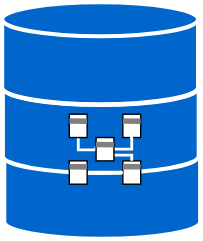
This is doc-db/db-sql2.svg from cloudvista/precision-ai, a draw.io export, as it was before one commit. Source tidied: cells renumbered, new cells last; positions are measured from the earlier drawing's top-left corner, leaving out a move shared by most shapes. The source it was exported from:
```xml
<mxGraphModel>
  <root>
    <mxCell id="0" />
    <mxCell id="1" parent="0" />
    <mxCell id="2" style="strokeWidth=3;html=1;shape=mxgraph.flowchart.database;whiteSpace=wrap;fillColor=#0066CC;strokeColor=#FFFFFF;" parent="1" vertex="1">
      <mxGeometry x="1.5" y="96" width="140" height="73" as="geometry" />
    </mxCell>
    <mxCell id="3" style="strokeWidth=3;html=1;shape=mxgraph.flowchart.database;whiteSpace=wrap;fillColor=#0066CC;strokeColor=#FFFFFF;" parent="1" vertex="1">
      <mxGeometry x="0.5" y="49" width="140" height="73" as="geometry" />
    </mxCell>
    <mxCell id="4" style="strokeWidth=3;html=1;shape=mxgraph.flowchart.database;whiteSpace=wrap;fillColor=#0066CC;strokeColor=#FFFFFF;" parent="1" vertex="1">
      <mxGeometry width="140" height="73" as="geometry" />
    </mxCell>
    <mxCell id="5" style="group;" parent="1" vertex="1">
      <mxGeometry x="48" y="80" width="51" height="50" as="geometry" />
    </mxCell>
    <mxCell id="6" style="edgeStyle=orthogonalEdgeStyle;rounded=0;html=1;exitX=0.5;exitY=1;exitDx=0;exitDy=0;entryX=0;entryY=0.5;entryDx=0;entryDy=0;strokeColor=#FFFFFF;strokeWidth=2;endArrow=none;endFill=0;" parent="5" edge="1">
      <mxGeometry relative="1" as="geometry">
        <mxPoint x="6.4" y="14.5" as="sourcePoint" />
        <mxPoint x="19.1" y="22.9" as="targetPoint" />
        <Array as="points">
          <mxPoint x="6" y="25.5" />
          <mxPoint x="19" y="25.5" />
        </Array>
      </mxGeometry>
    </mxCell>
    <mxCell id="7" style="rounded=0;whiteSpace=wrap;html=1;" parent="5" vertex="1">
      <mxGeometry width="12.8" height="16.7" as="geometry" />
    </mxCell>
    <mxCell id="8" style="rounded=0;whiteSpace=wrap;html=1;" parent="5" vertex="1">
      <mxGeometry x="38.2" width="12.8" height="16.7" as="geometry" />
    </mxCell>
    <mxCell id="9" style="edgeStyle=orthogonalEdgeStyle;rounded=0;html=1;exitX=1;exitY=0.5;exitDx=0;exitDy=0;entryX=0.403;entryY=1;entryDx=0;entryDy=0;strokeColor=#FFFFFF;endArrow=none;endFill=0;entryPerimeter=0;strokeWidth=2;" parent="5" edge="1" source="18" target="8">
      <mxGeometry relative="1" as="geometry">
        <Array as="points">
          <mxPoint x="44.6" y="25" />
          <mxPoint x="44.6" y="16.7" />
        </Array>
      </mxGeometry>
    </mxCell>
    <mxCell id="10" style="rounded=0;whiteSpace=wrap;html=1;" parent="5" vertex="1">
      <mxGeometry x="38.2" y="33.3" width="12.8" height="16.7" as="geometry" />
    </mxCell>
    <mxCell id="11" style="edgeStyle=orthogonalEdgeStyle;rounded=0;html=1;exitX=1;exitY=0.5;exitDx=0;exitDy=0;entryX=0;entryY=0.5;entryDx=0;entryDy=0;strokeColor=#FFFFFF;endArrow=none;endFill=0;strokeWidth=2;" parent="5" edge="1" source="12" target="10">
      <mxGeometry relative="1" as="geometry" />
    </mxCell>
    <mxCell id="12" style="rounded=0;whiteSpace=wrap;html=1;" parent="5" vertex="1">
      <mxGeometry y="33.3" width="12.8" height="16.7" as="geometry" />
    </mxCell>
    <mxCell id="13" style="endArrow=none;html=1;rounded=0;strokeColor=#808080;exitX=1;exitY=0.5;exitDx=0;exitDy=0;strokeWidth=4;" parent="5" edge="1">
      <mxGeometry relative="1" as="geometry">
        <mxPoint x="12.8" y="5" as="sourcePoint" />
        <mxPoint y="4.9" as="targetPoint" />
      </mxGeometry>
    </mxCell>
    <mxCell id="14" style="endArrow=none;html=1;rounded=0;strokeColor=#808080;exitX=1;exitY=0.5;exitDx=0;exitDy=0;strokeWidth=4;" parent="5" edge="1">
      <mxGeometry relative="1" as="geometry">
        <mxPoint x="51" y="5" as="sourcePoint" />
        <mxPoint x="38.2" y="4.9" as="targetPoint" />
      </mxGeometry>
    </mxCell>
    <mxCell id="15" style="endArrow=none;html=1;rounded=0;strokeColor=#808080;exitX=1;exitY=0.5;exitDx=0;exitDy=0;strokeWidth=4;" parent="5" edge="1">
      <mxGeometry relative="1" as="geometry">
        <mxPoint x="51" y="37.5" as="sourcePoint" />
        <mxPoint x="38.2" y="37.4" as="targetPoint" />
      </mxGeometry>
    </mxCell>
    <mxCell id="16" style="endArrow=none;html=1;rounded=0;strokeColor=#808080;exitX=1;exitY=0.5;exitDx=0;exitDy=0;strokeWidth=4;" parent="5" edge="1">
      <mxGeometry relative="1" as="geometry">
        <mxPoint x="12.8" y="37.6" as="sourcePoint" />
        <mxPoint y="37.5" as="targetPoint" />
      </mxGeometry>
    </mxCell>
    <mxCell id="17" style="edgeStyle=orthogonalEdgeStyle;rounded=0;html=1;exitX=1;exitY=0.75;exitDx=0;exitDy=0;strokeColor=#FFFFFF;endArrow=none;endFill=0;entryX=0.5;entryY=0;entryDx=0;entryDy=0;strokeWidth=2;" parent="5" edge="1" source="18" target="10">
      <mxGeometry relative="1" as="geometry">
        <Array as="points">
          <mxPoint x="44.6" y="29.2" />
        </Array>
      </mxGeometry>
    </mxCell>
    <mxCell id="18" style="rounded=0;whiteSpace=wrap;html=1;" parent="5" vertex="1">
      <mxGeometry x="19.1" y="16.7" width="12.8" height="16.7" as="geometry" />
    </mxCell>
    <mxCell id="19" style="endArrow=none;html=1;rounded=0;strokeColor=#808080;exitX=1;exitY=0.5;exitDx=0;exitDy=0;strokeWidth=4;" parent="5" edge="1">
      <mxGeometry relative="1" as="geometry">
        <mxPoint x="31.9" y="21.8" as="sourcePoint" />
        <mxPoint x="19.1" y="21.7" as="targetPoint" />
      </mxGeometry>
    </mxCell>
  </root>
</mxGraphModel>
```
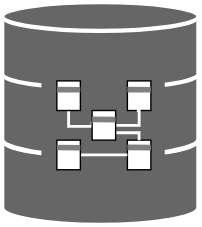
The same file after the commit.

What changed in the source:
```diff
@@ -2,89 +2,92 @@
   <root>
     <mxCell id="0" />
     <mxCell id="1" parent="0" />
+    <mxCell id="3" style="strokeWidth=3;html=1;shape=mxgraph.flowchart.database;whiteSpace=wrap;fillColor=#666666;strokeColor=#FFFFFF;" parent="1" vertex="1">
+      <mxGeometry x="29" y="106" width="140" height="73" as="geometry" />
+    </mxCell>
-    <mxCell id="2" style="strokeWidth=3;html=1;shape=mxgraph.flowchart.database;whiteSpace=wrap;fillColor=#0066CC;strokeColor=#FFFFFF;" parent="1" vertex="1">
-      <mxGeometry x="1.5" y="96" width="140" height="73" as="geometry" />
+    <mxCell id="2" style="strokeWidth=3;html=1;shape=mxgraph.flowchart.database;whiteSpace=wrap;fillColor=#666666;strokeColor=#FFFFFF;" parent="1" vertex="1">
+      <mxGeometry x="29" y="57" width="140" height="73" as="geometry" />
     </mxCell>
-    <mxCell id="3" style="strokeWidth=3;html=1;shape=mxgraph.flowchart.database;whiteSpace=wrap;fillColor=#0066CC;strokeColor=#FFFFFF;" parent="1" vertex="1">
-      <mxGeometry x="0.5" y="49" width="140" height="73" as="geometry" />
-    </mxCell>
-    <mxCell id="4" style="strokeWidth=3;html=1;shape=mxgraph.flowchart.database;whiteSpace=wrap;fillColor=#0066CC;strokeColor=#FFFFFF;" parent="1" vertex="1">
-      <mxGeometry width="140" height="73" as="geometry" />
+    <mxCell id="4" style="strokeWidth=3;html=1;shape=mxgraph.flowchart.database;whiteSpace=wrap;fillColor=#666666;strokeColor=#FFFFFF;" parent="1" vertex="1">
+      <mxGeometry x="29" y="20" width="140" height="61.5" as="geometry" />
     </mxCell>
-    <mxCell id="5" style="group;" parent="1" vertex="1">
-      <mxGeometry x="48" y="80" width="51" height="50" as="geometry" />
-    </mxCell>
+    <mxCell id="20" style="whiteSpace=wrap;html=1;fillColor=#666666;strokeColor=none;" parent="1" vertex="1">
+      <mxGeometry x="57" y="72" width="88" height="74" as="geometry" />
+    </mxCell>
+    <mxCell id="21" style="group;" parent="1" vertex="1">
+      <mxGeometry x="68" y="76.2" width="67.1" height="63.4" as="geometry" />
+    </mxCell>
-    <mxCell id="6" style="edgeStyle=orthogonalEdgeStyle;rounded=0;html=1;exitX=0.5;exitY=1;exitDx=0;exitDy=0;entryX=0;entryY=0.5;entryDx=0;entryDy=0;strokeColor=#FFFFFF;strokeWidth=2;endArrow=none;endFill=0;" parent="5" edge="1">
+    <mxCell id="6" style="edgeStyle=orthogonalEdgeStyle;rounded=0;html=1;exitX=0.5;exitY=1;exitDx=0;exitDy=0;entryX=0;entryY=0.5;entryDx=0;entryDy=0;strokeColor=#FFFFFF;strokeWidth=2;endArrow=none;endFill=0;" parent="21" edge="1">
       <mxGeometry relative="1" as="geometry">
-        <mxPoint x="6.4" y="14.5" as="sourcePoint" />
-        <mxPoint x="19.1" y="22.9" as="targetPoint" />
+        <mxPoint x="8.4" y="18.4" as="sourcePoint" />
+        <mxPoint x="25.2" y="29" as="targetPoint" />
         <Array as="points">
-          <mxPoint x="6" y="25.5" />
-          <mxPoint x="19" y="25.5" />
+          <mxPoint x="7.9" y="32.4" />
+          <mxPoint x="25" y="32.4" />
         </Array>
       </mxGeometry>
     </mxCell>
-    <mxCell id="7" style="rounded=0;whiteSpace=wrap;html=1;" parent="5" vertex="1">
-      <mxGeometry width="12.8" height="16.7" as="geometry" />
+    <mxCell id="7" style="rounded=0;whiteSpace=wrap;html=1;" parent="21" vertex="1">
+      <mxGeometry width="16.8" height="21.1" as="geometry" />
     </mxCell>
-    <mxCell id="8" style="rounded=0;whiteSpace=wrap;html=1;" parent="5" vertex="1">
-      <mxGeometry x="38.2" width="12.8" height="16.7" as="geometry" />
+    <mxCell id="8" style="rounded=0;whiteSpace=wrap;html=1;" parent="21" vertex="1">
+      <mxGeometry x="50.3" width="16.8" height="21.1" as="geometry" />
     </mxCell>
-    <mxCell id="9" style="edgeStyle=orthogonalEdgeStyle;rounded=0;html=1;exitX=1;exitY=0.5;exitDx=0;exitDy=0;entryX=0.403;entryY=1;entryDx=0;entryDy=0;strokeColor=#FFFFFF;endArrow=none;endFill=0;entryPerimeter=0;strokeWidth=2;" parent="5" edge="1" source="18" target="8">
+    <mxCell id="9" style="edgeStyle=orthogonalEdgeStyle;rounded=0;html=1;exitX=1;exitY=0.5;exitDx=0;exitDy=0;entryX=0.403;entryY=1;entryDx=0;entryDy=0;strokeColor=#FFFFFF;endArrow=none;endFill=0;entryPerimeter=0;strokeWidth=2;" parent="21" edge="1" source="18" target="8">
       <mxGeometry relative="1" as="geometry">
         <Array as="points">
-          <mxPoint x="44.6" y="25" />
-          <mxPoint x="44.6" y="16.7" />
+          <mxPoint x="58.7" y="31.7" />
+          <mxPoint x="58.7" y="21.1" />
         </Array>
       </mxGeometry>
     </mxCell>
-    <mxCell id="10" style="rounded=0;whiteSpace=wrap;html=1;" parent="5" vertex="1">
-      <mxGeometry x="38.2" y="33.3" width="12.8" height="16.7" as="geometry" />
+    <mxCell id="10" style="rounded=0;whiteSpace=wrap;html=1;" parent="21" vertex="1">
+      <mxGeometry x="50.3" y="42.3" width="16.8" height="21.1" as="geometry" />
     </mxCell>
-    <mxCell id="11" style="edgeStyle=orthogonalEdgeStyle;rounded=0;html=1;exitX=1;exitY=0.5;exitDx=0;exitDy=0;entryX=0;entryY=0.5;entryDx=0;entryDy=0;strokeColor=#FFFFFF;endArrow=none;endFill=0;strokeWidth=2;" parent="5" edge="1" source="12" target="10">
+    <mxCell id="11" style="edgeStyle=orthogonalEdgeStyle;rounded=0;html=1;exitX=1;exitY=0.5;exitDx=0;exitDy=0;entryX=0;entryY=0.5;entryDx=0;entryDy=0;strokeColor=#FFFFFF;endArrow=none;endFill=0;strokeWidth=2;" parent="21" edge="1" source="12" target="10">
       <mxGeometry relative="1" as="geometry" />
     </mxCell>
-    <mxCell id="12" style="rounded=0;whiteSpace=wrap;html=1;" parent="5" vertex="1">
-      <mxGeometry y="33.3" width="12.8" height="16.7" as="geometry" />
+    <mxCell id="12" style="rounded=0;whiteSpace=wrap;html=1;" parent="21" vertex="1">
+      <mxGeometry y="42.3" width="16.8" height="21.1" as="geometry" />
     </mxCell>
-    <mxCell id="13" style="endArrow=none;html=1;rounded=0;strokeColor=#808080;exitX=1;exitY=0.5;exitDx=0;exitDy=0;strokeWidth=4;" parent="5" edge="1">
+    <mxCell id="13" style="endArrow=none;html=1;rounded=0;strokeColor=#808080;exitX=1;exitY=0.5;exitDx=0;exitDy=0;strokeWidth=4;" parent="21" edge="1">
       <mxGeometry relative="1" as="geometry">
-        <mxPoint x="12.8" y="5" as="sourcePoint" />
-        <mxPoint y="4.9" as="targetPoint" />
+        <mxPoint x="16.8" y="6.3" as="sourcePoint" />
+        <mxPoint y="6.2" as="targetPoint" />
       </mxGeometry>
     </mxCell>
-    <mxCell id="14" style="endArrow=none;html=1;rounded=0;strokeColor=#808080;exitX=1;exitY=0.5;exitDx=0;exitDy=0;strokeWidth=4;" parent="5" edge="1">
+    <mxCell id="14" style="endArrow=none;html=1;rounded=0;strokeColor=#808080;exitX=1;exitY=0.5;exitDx=0;exitDy=0;strokeWidth=4;" parent="21" edge="1">
       <mxGeometry relative="1" as="geometry">
-        <mxPoint x="51" y="5" as="sourcePoint" />
-        <mxPoint x="38.2" y="4.9" as="targetPoint" />
+        <mxPoint x="67.1" y="6.3" as="sourcePoint" />
+        <mxPoint x="50.3" y="6.2" as="targetPoint" />
       </mxGeometry>
     </mxCell>
-    <mxCell id="15" style="endArrow=none;html=1;rounded=0;strokeColor=#808080;exitX=1;exitY=0.5;exitDx=0;exitDy=0;strokeWidth=4;" parent="5" edge="1">
+    <mxCell id="15" style="endArrow=none;html=1;rounded=0;strokeColor=#808080;exitX=1;exitY=0.5;exitDx=0;exitDy=0;strokeWidth=4;" parent="21" edge="1">
       <mxGeometry relative="1" as="geometry">
-        <mxPoint x="51" y="37.5" as="sourcePoint" />
-        <mxPoint x="38.2" y="37.4" as="targetPoint" />
+        <mxPoint x="67.1" y="47.6" as="sourcePoint" />
+        <mxPoint x="50.3" y="47.5" as="targetPoint" />
       </mxGeometry>
     </mxCell>
-    <mxCell id="16" style="endArrow=none;html=1;rounded=0;strokeColor=#808080;exitX=1;exitY=0.5;exitDx=0;exitDy=0;strokeWidth=4;" parent="5" edge="1">
+    <mxCell id="16" style="endArrow=none;html=1;rounded=0;strokeColor=#808080;exitX=1;exitY=0.5;exitDx=0;exitDy=0;strokeWidth=4;" parent="21" edge="1">
       <mxGeometry relative="1" as="geometry">
-        <mxPoint x="12.8" y="37.6" as="sourcePoint" />
-        <mxPoint y="37.5" as="targetPoint" />
+        <mxPoint x="16.8" y="47.7" as="sourcePoint" />
+        <mxPoint y="47.6" as="targetPoint" />
       </mxGeometry>
     </mxCell>
-    <mxCell id="17" style="edgeStyle=orthogonalEdgeStyle;rounded=0;html=1;exitX=1;exitY=0.75;exitDx=0;exitDy=0;strokeColor=#FFFFFF;endArrow=none;endFill=0;entryX=0.5;entryY=0;entryDx=0;entryDy=0;strokeWidth=2;" parent="5" edge="1" source="18" target="10">
+    <mxCell id="17" style="edgeStyle=orthogonalEdgeStyle;rounded=0;html=1;exitX=1;exitY=0.75;exitDx=0;exitDy=0;strokeColor=#FFFFFF;endArrow=none;endFill=0;entryX=0.5;entryY=0;entryDx=0;entryDy=0;strokeWidth=2;" parent="21" edge="1" source="18" target="10">
       <mxGeometry relative="1" as="geometry">
         <Array as="points">
-          <mxPoint x="44.6" y="29.2" />
+          <mxPoint x="58.7" y="37" />
         </Array>
       </mxGeometry>
     </mxCell>
-    <mxCell id="18" style="rounded=0;whiteSpace=wrap;html=1;" parent="5" vertex="1">
-      <mxGeometry x="19.1" y="16.7" width="12.8" height="16.7" as="geometry" />
+    <mxCell id="18" style="rounded=0;whiteSpace=wrap;html=1;" parent="21" vertex="1">
+      <mxGeometry x="25.2" y="21.1" width="16.8" height="21.1" as="geometry" />
     </mxCell>
-    <mxCell id="19" style="endArrow=none;html=1;rounded=0;strokeColor=#808080;exitX=1;exitY=0.5;exitDx=0;exitDy=0;strokeWidth=4;" parent="5" edge="1">
+    <mxCell id="19" style="endArrow=none;html=1;rounded=0;strokeColor=#808080;exitX=1;exitY=0.5;exitDx=0;exitDy=0;strokeWidth=4;" parent="21" edge="1">
       <mxGeometry relative="1" as="geometry">
-        <mxPoint x="31.9" y="21.8" as="sourcePoint" />
-        <mxPoint x="19.1" y="21.7" as="targetPoint" />
+        <mxPoint x="41.9" y="27.6" as="sourcePoint" />
+        <mxPoint x="25.2" y="27.5" as="targetPoint" />
       </mxGeometry>
     </mxCell>
   </root>
```
